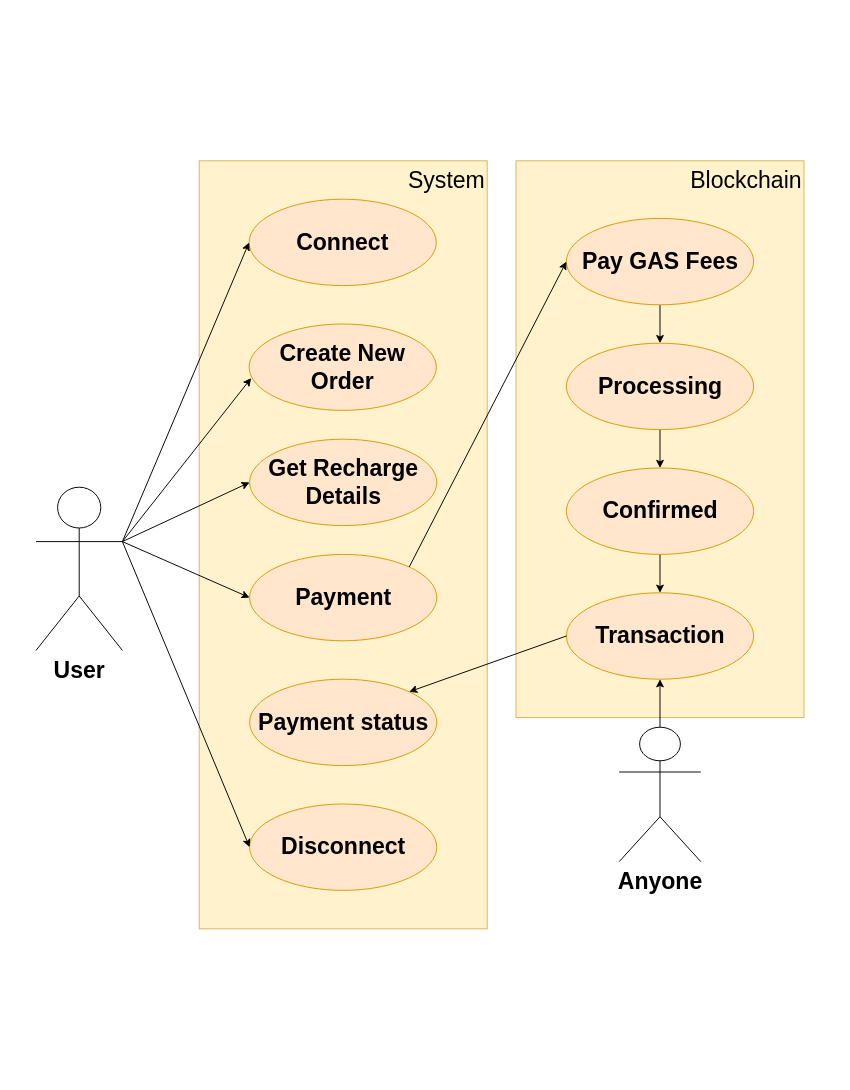
xdayeh/Modeling-software-v2 keeps this draw.io diagram as Source/Use Case Diagram.drawio. Above is the earlier version. Source tidied: cells renumbered, new cells numbered last; positions are measured from the earlier drawing's top-left corner, leaving out a move shared by most shapes. Both pictures are drawn from the tidied source at 96%, with x=0, y=0 at pixel (36, 160).
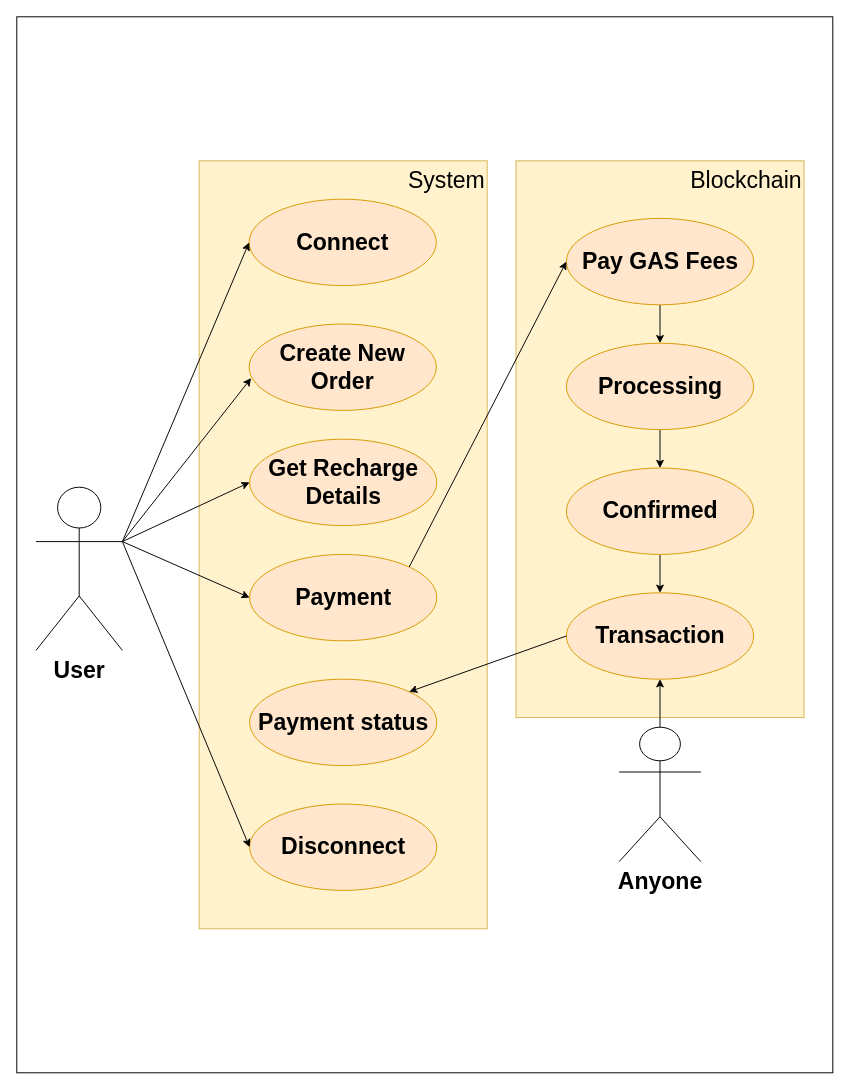
After the change.

The edit, as a diff of the source:
```diff
@@
+    <mxCell id="27" style="rounded=0;whiteSpace=wrap;html=1;labelBackgroundColor=#F8F9FA;fontSize=24;" parent="1" vertex="1">
+      <mxGeometry x="-20" y="-150" width="850" height="1100" as="geometry" />
+    </mxCell>
```
